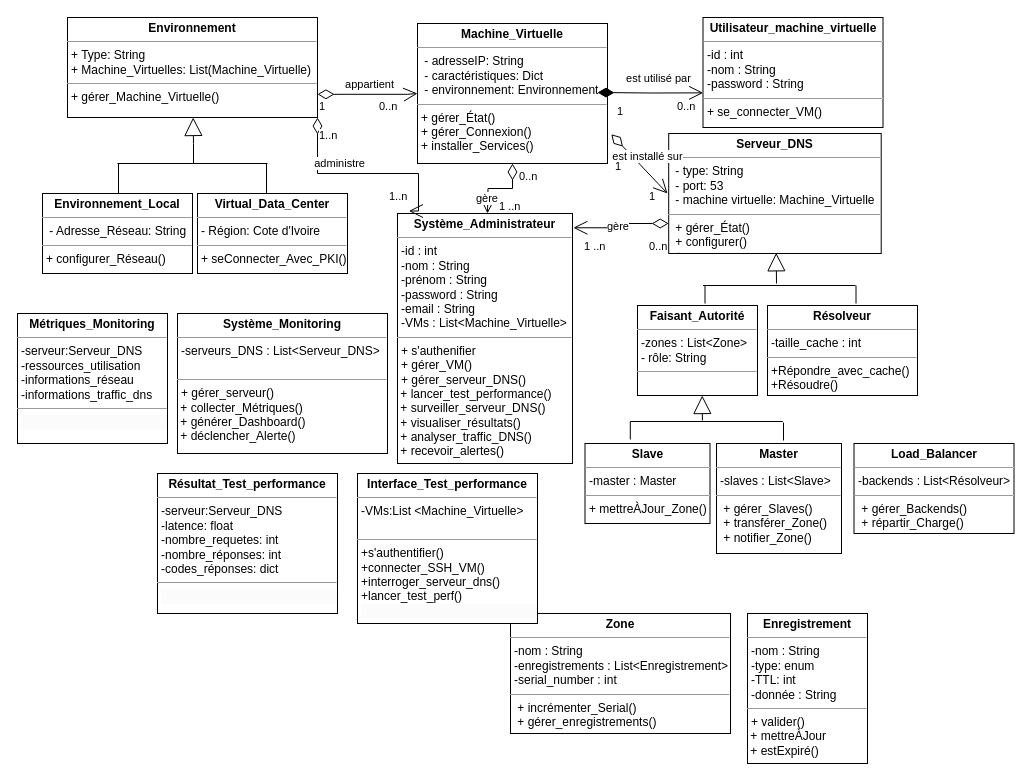
This is Diagramme sans nom.drawio from eya-harbaoui/Diagramms, a draw.io file, before an edit. Source tidied: cells renumbered, new cells numbered last; positions are measured from the earlier drawing's top-left corner, leaving out a move shared by most shapes. Both pictures are drawn from the tidied source at 100%, with x=0, y=0 at pixel (17, 17).
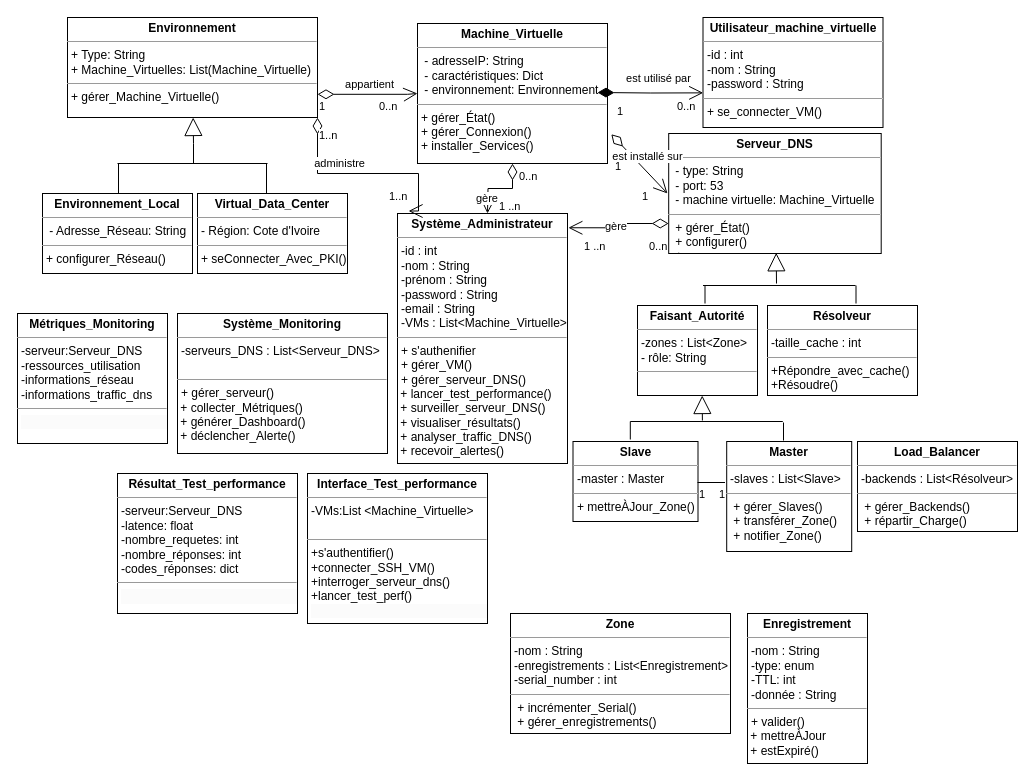
The same page after the edit.

Commit message (it also covers changes not shown here):
Mettre à jour Diagramme sans nom.drawio

Diff of the diagram source:
```diff
@@
     <mxCell id="8" value="&lt;p style=&quot;margin:0px;margin-top:4px;text-align:center;&quot;&gt;&lt;b&gt;Master&lt;/b&gt;&lt;/p&gt;&lt;hr size=&quot;1&quot;&gt;&lt;p style=&quot;margin:0px;margin-left:4px;&quot;&gt;-slaves : List&amp;lt;Slave&amp;gt;&lt;/p&gt;&lt;hr size=&quot;1&quot;&gt;&lt;p style=&quot;margin:0px;margin-left:4px;&quot;&gt;&amp;nbsp;&lt;span style=&quot;background-color: initial;&quot;&gt;+ gérer_Slaves()&lt;/span&gt;&lt;/p&gt;&lt;p style=&quot;margin:0px;margin-left:4px;&quot;&gt;&amp;nbsp;+ transférer_Zone()&lt;/p&gt;&lt;p style=&quot;margin:0px;margin-left:4px;&quot;&gt;&amp;nbsp;+ notifier_Zone()&lt;br&gt;&lt;br&gt;&lt;/p&gt;" style="verticalAlign=top;align=left;overflow=fill;fontSize=12;fontFamily=Helvetica;html=1;rounded=0;shadow=0;comic=0;labelBackgroundColor=none;strokeWidth=1;" parent="1" vertex="1">
-      <mxGeometry x="699" y="426" width="125" height="110" as="geometry" />
+      <mxGeometry x="709.2" y="424" width="125" height="110" as="geometry" />
     </mxCell>
     <mxCell id="9" value="&lt;p style=&quot;margin:0px;margin-top:4px;text-align:center;&quot;&gt;&lt;b&gt;Slave&lt;/b&gt;&lt;/p&gt;&lt;hr size=&quot;1&quot;&gt;&lt;p style=&quot;margin:0px;margin-left:4px;&quot;&gt;-master : Master&lt;/p&gt;&lt;hr size=&quot;1&quot;&gt;&lt;p style=&quot;margin:0px;margin-left:4px;&quot;&gt;&lt;span style=&quot;background-color: initial;&quot;&gt;+&amp;nbsp;&lt;/span&gt;&lt;span style=&quot;text-wrap: wrap; background-color: initial;&quot;&gt;mettreÀJour&lt;/span&gt;&lt;span style=&quot;background-color: initial;&quot;&gt;_Zone()&lt;/span&gt;&lt;/p&gt;&lt;p style=&quot;margin:0px;margin-left:4px;&quot;&gt;&lt;br&gt;&lt;/p&gt;" style="verticalAlign=top;align=left;overflow=fill;fontSize=12;fontFamily=Helvetica;html=1;rounded=0;shadow=0;comic=0;labelBackgroundColor=none;strokeWidth=1;" parent="1" vertex="1">
-      <mxGeometry x="567.5" y="426" width="125" height="80" as="geometry" />
+      <mxGeometry x="555.5" y="424" width="125" height="80" as="geometry" />
     </mxCell>
@@
     <mxCell id="11" value="&lt;p style=&quot;margin:0px;margin-top:4px;text-align:center;&quot;&gt;&lt;b&gt;Load_Balancer&lt;/b&gt;&lt;/p&gt;&lt;hr size=&quot;1&quot;&gt;&lt;p style=&quot;margin:0px;margin-left:4px;&quot;&gt;-backends : List&amp;lt;Résolveur&amp;gt;&lt;/p&gt;&lt;hr size=&quot;1&quot;&gt;&lt;p style=&quot;margin:0px;margin-left:4px;&quot;&gt;&amp;nbsp;&lt;span style=&quot;background-color: initial;&quot;&gt;+ gérer_Backends()&lt;/span&gt;&lt;/p&gt;&lt;p style=&quot;margin:0px;margin-left:4px;&quot;&gt;&amp;nbsp;+ répartir_Charge()&lt;/p&gt;" style="verticalAlign=top;align=left;overflow=fill;fontSize=12;fontFamily=Helvetica;html=1;rounded=0;shadow=0;comic=0;labelBackgroundColor=none;strokeWidth=1;" parent="1" vertex="1">
-      <mxGeometry x="836.5" y="426" width="160" height="90" as="geometry" />
+      <mxGeometry x="840" y="424" width="160" height="90" as="geometry" />
     </mxCell>
@@
     <mxCell id="15" value="&lt;p style=&quot;margin:0px;margin-top:4px;text-align:center;&quot;&gt;&lt;b&gt;Système_Administrateur&lt;/b&gt;&lt;/p&gt;&lt;hr size=&quot;1&quot;&gt;&lt;p style=&quot;margin:0px;margin-left:4px;&quot;&gt;-id : int&lt;/p&gt;&lt;p style=&quot;margin:0px;margin-left:4px;&quot;&gt;-nom : String&lt;/p&gt;&lt;p style=&quot;margin:0px;margin-left:4px;&quot;&gt;-prénom : String&lt;/p&gt;&lt;p style=&quot;margin:0px;margin-left:4px;&quot;&gt;-password : String&lt;/p&gt;&lt;p style=&quot;margin:0px;margin-left:4px;&quot;&gt;-email : String&lt;/p&gt;&lt;p style=&quot;margin:0px;margin-left:4px;&quot;&gt;-VMs : List&amp;lt;Machine_Virtuelle&amp;gt;&lt;/p&gt;&lt;hr size=&quot;1&quot;&gt;&lt;p style=&quot;margin:0px;margin-left:4px;&quot;&gt;&lt;span style=&quot;forced-color-adjust: none; color: rgb(0, 0, 0); font-family: Helvetica; font-size: 12px; font-style: normal; font-variant-ligatures: normal; font-variant-caps: normal; font-weight: 400; letter-spacing: normal; orphans: 2; text-align: left; text-indent: 0px; text-transform: none; widows: 2; word-spacing: 0px; -webkit-text-stroke-width: 0px; white-space: normal; background-color: rgb(251, 251, 251); text-decoration-thickness: initial; text-decoration-style: initial; text-decoration-color: initial;&quot;&gt;&lt;/span&gt;&lt;/p&gt;&lt;p style=&quot;forced-color-adjust: none; color: rgb(0, 0, 0); font-family: Helvetica; font-size: 12px; font-style: normal; font-variant-ligatures: normal; font-variant-caps: normal; font-weight: 400; letter-spacing: normal; orphans: 2; text-align: left; text-indent: 0px; text-transform: none; widows: 2; word-spacing: 0px; -webkit-text-stroke-width: 0px; white-space: nowrap; text-decoration-thickness: initial; text-decoration-style: initial; text-decoration-color: initial; margin: 0px 0px 0px 4px;&quot;&gt;&lt;span style=&quot;forced-color-adjust: none; text-wrap: wrap;&quot;&gt;+ s'authenifier&lt;/span&gt;&lt;/p&gt;&lt;p style=&quot;forced-color-adjust: none; color: rgb(0, 0, 0); font-family: Helvetica; font-size: 12px; font-style: normal; font-variant-ligatures: normal; font-variant-caps: normal; font-weight: 400; letter-spacing: normal; orphans: 2; text-align: left; text-indent: 0px; text-transform: none; widows: 2; word-spacing: 0px; -webkit-text-stroke-width: 0px; white-space: nowrap; text-decoration-thickness: initial; text-decoration-style: initial; text-decoration-color: initial; margin: 0px 0px 0px 4px;&quot;&gt;&lt;span style=&quot;forced-color-adjust: none; text-wrap: wrap;&quot;&gt;+ gérer_VM()&lt;/span&gt;&lt;/p&gt;&lt;p style=&quot;margin:0px;margin-left:4px;&quot;&gt;&lt;span style=&quot;text-wrap: wrap;&quot;&gt;+ gérer_serveur_DNS()&lt;/span&gt;&lt;/p&gt;&lt;span style=&quot;text-wrap: wrap;&quot;&gt;&amp;nbsp;+ lancer_test_performance()&lt;br&gt;&lt;/span&gt;&lt;span style=&quot;text-wrap: wrap;&quot;&gt;&amp;nbsp;+ surveiller_serveur_DNS()&lt;/span&gt;&lt;div&gt;&lt;span style=&quot;text-wrap: wrap;&quot;&gt;&amp;nbsp;+ visualiser_résultats()&lt;/span&gt;&lt;/div&gt;&lt;div&gt;&lt;span style=&quot;text-wrap: wrap;&quot;&gt;&amp;nbsp;+ analyser_traffic_DNS()&lt;/span&gt;&lt;span style=&quot;text-wrap: wrap;&quot;&gt;&lt;br&gt;&lt;/span&gt;&lt;/div&gt;&lt;div&gt;&lt;span style=&quot;text-wrap: wrap;&quot;&gt;&amp;nbsp;+ recevoir_alertes()&lt;/span&gt;&lt;/div&gt;" style="verticalAlign=top;align=left;overflow=fill;fontSize=12;fontFamily=Helvetica;html=1;rounded=0;shadow=0;comic=0;labelBackgroundColor=none;strokeWidth=1;" parent="1" vertex="1">
-      <mxGeometry x="380" y="196" width="175" height="250" as="geometry" />
+      <mxGeometry x="380" y="196" width="170" height="250" as="geometry" />
     </mxCell>
@@
     <mxCell id="17" value="&lt;p style=&quot;margin:0px;margin-top:4px;text-align:center;&quot;&gt;&lt;b&gt;Résultat_Test_performance&lt;/b&gt;&lt;/p&gt;&lt;hr size=&quot;1&quot;&gt;&lt;p style=&quot;margin:0px;margin-left:4px;&quot;&gt;-serveur:Serveur_DNS&lt;/p&gt;&lt;p style=&quot;margin:0px;margin-left:4px;&quot;&gt;-latence: float&lt;/p&gt;&lt;p style=&quot;margin:0px;margin-left:4px;&quot;&gt;&lt;span style=&quot;background-color: initial;&quot;&gt;-nombre_requetes: int&lt;/span&gt;&lt;br&gt;&lt;/p&gt;&lt;p style=&quot;margin: 0px 0px 0px 4px;&quot;&gt;-nombre_réponses: int&lt;/p&gt;&lt;p style=&quot;margin: 0px 0px 0px 4px;&quot;&gt;-codes_réponses: dict&lt;/p&gt;&lt;hr size=&quot;1&quot;&gt;&lt;p style=&quot;margin:0px;margin-left:4px;&quot;&gt;&lt;span style=&quot;forced-color-adjust: none; color: rgb(0, 0, 0); font-family: Helvetica; font-size: 12px; font-style: normal; font-variant-ligatures: normal; font-variant-caps: normal; font-weight: 400; letter-spacing: normal; orphans: 2; text-align: left; text-indent: 0px; text-transform: none; widows: 2; word-spacing: 0px; -webkit-text-stroke-width: 0px; white-space: normal; background-color: rgb(251, 251, 251); text-decoration-thickness: initial; text-decoration-style: initial; text-decoration-color: initial;&quot;&gt;&lt;/span&gt;&lt;/p&gt;&lt;p style=&quot;forced-color-adjust: none; color: rgb(0, 0, 0); font-family: Helvetica; font-size: 12px; font-style: normal; font-variant-ligatures: normal; font-variant-caps: normal; font-weight: 400; letter-spacing: normal; orphans: 2; text-align: left; text-indent: 0px; text-transform: none; widows: 2; word-spacing: 0px; -webkit-text-stroke-width: 0px; white-space: nowrap; background-color: rgb(251, 251, 251); text-decoration-thickness: initial; text-decoration-style: initial; text-decoration-color: initial; margin: 0px 0px 0px 4px;&quot;&gt;&lt;br&gt;&lt;/p&gt;" style="verticalAlign=top;align=left;overflow=fill;fontSize=12;fontFamily=Helvetica;html=1;rounded=0;shadow=0;comic=0;labelBackgroundColor=none;strokeWidth=1;" parent="1" vertex="1">
-      <mxGeometry x="140" y="456" width="180" height="140" as="geometry" />
+      <mxGeometry x="100" y="456" width="180" height="140" as="geometry" />
     </mxCell>
@@
     <mxCell id="40" value="1" style="edgeLabel;html=1;align=left;verticalAlign=top;" parent="1" vertex="1">
-      <mxGeometry x="630" y="166" as="geometry" />
+      <mxGeometry x="623" y="166" as="geometry" />
     </mxCell>
@@
     <mxCell id="54" value="&lt;p style=&quot;margin:0px;margin-top:4px;text-align:center;&quot;&gt;&lt;b&gt;Interface_Test_performance&lt;/b&gt;&lt;/p&gt;&lt;hr size=&quot;1&quot;&gt;&lt;p style=&quot;margin:0px;margin-left:4px;&quot;&gt;-VMs:List &amp;lt;Machine_Virtuelle&amp;gt;&lt;/p&gt;&lt;p style=&quot;margin:0px;margin-left:4px;&quot;&gt;&lt;br&gt;&lt;/p&gt;&lt;hr size=&quot;1&quot;&gt;&lt;p style=&quot;margin:0px;margin-left:4px;&quot;&gt;&lt;span style=&quot;forced-color-adjust: none; color: rgb(0, 0, 0); font-family: Helvetica; font-size: 12px; font-style: normal; font-variant-ligatures: normal; font-variant-caps: normal; font-weight: 400; letter-spacing: normal; orphans: 2; text-align: left; text-indent: 0px; text-transform: none; widows: 2; word-spacing: 0px; -webkit-text-stroke-width: 0px; white-space: normal; text-decoration-thickness: initial; text-decoration-style: initial; text-decoration-color: initial;&quot;&gt;&lt;/span&gt;&lt;/p&gt;&lt;p style=&quot;forced-color-adjust: none; color: rgb(0, 0, 0); font-family: Helvetica; font-size: 12px; font-style: normal; font-variant-ligatures: normal; font-variant-caps: normal; font-weight: 400; letter-spacing: normal; orphans: 2; text-align: left; text-indent: 0px; text-transform: none; widows: 2; word-spacing: 0px; -webkit-text-stroke-width: 0px; white-space: nowrap; text-decoration-thickness: initial; text-decoration-style: initial; text-decoration-color: initial; margin: 0px 0px 0px 4px;&quot;&gt;+s'authentifier()&lt;/p&gt;&lt;p style=&quot;forced-color-adjust: none; color: rgb(0, 0, 0); font-family: Helvetica; font-size: 12px; font-style: normal; font-variant-ligatures: normal; font-variant-caps: normal; font-weight: 400; letter-spacing: normal; orphans: 2; text-align: left; text-indent: 0px; text-transform: none; widows: 2; word-spacing: 0px; -webkit-text-stroke-width: 0px; white-space: nowrap; text-decoration-thickness: initial; text-decoration-style: initial; text-decoration-color: initial; margin: 0px 0px 0px 4px;&quot;&gt;+connecter_SSH_VM()&lt;/p&gt;&lt;p style=&quot;forced-color-adjust: none; color: rgb(0, 0, 0); font-family: Helvetica; font-size: 12px; font-style: normal; font-variant-ligatures: normal; font-variant-caps: normal; font-weight: 400; letter-spacing: normal; orphans: 2; text-align: left; text-indent: 0px; text-transform: none; widows: 2; word-spacing: 0px; -webkit-text-stroke-width: 0px; white-space: nowrap; text-decoration-thickness: initial; text-decoration-style: initial; text-decoration-color: initial; margin: 0px 0px 0px 4px;&quot;&gt;+interroger_serveur_dns()&lt;/p&gt;&lt;p style=&quot;forced-color-adjust: none; color: rgb(0, 0, 0); font-family: Helvetica; font-size: 12px; font-style: normal; font-variant-ligatures: normal; font-variant-caps: normal; font-weight: 400; letter-spacing: normal; orphans: 2; text-align: left; text-indent: 0px; text-transform: none; widows: 2; word-spacing: 0px; -webkit-text-stroke-width: 0px; white-space: nowrap; text-decoration-thickness: initial; text-decoration-style: initial; text-decoration-color: initial; margin: 0px 0px 0px 4px;&quot;&gt;+lancer_test_perf()&lt;/p&gt;&lt;p style=&quot;forced-color-adjust: none; color: rgb(0, 0, 0); font-family: Helvetica; font-size: 12px; font-style: normal; font-variant-ligatures: normal; font-variant-caps: normal; font-weight: 400; letter-spacing: normal; orphans: 2; text-align: left; text-indent: 0px; text-transform: none; widows: 2; word-spacing: 0px; -webkit-text-stroke-width: 0px; white-space: nowrap; background-color: rgb(251, 251, 251); text-decoration-thickness: initial; text-decoration-style: initial; text-decoration-color: initial; margin: 0px 0px 0px 4px;&quot;&gt;&lt;br&gt;&lt;/p&gt;" style="verticalAlign=top;align=left;overflow=fill;fontSize=12;fontFamily=Helvetica;html=1;rounded=0;shadow=0;comic=0;labelBackgroundColor=none;strokeWidth=1;" parent="1" vertex="1">
-      <mxGeometry x="340" y="456" width="180" height="150" as="geometry" />
+      <mxGeometry x="290" y="456" width="180" height="150" as="geometry" />
     </mxCell>
+    <mxCell id="55" style="line;strokeWidth=1;fillColor=none;align=left;verticalAlign=middle;spacingTop=-1;spacingLeft=3;spacingRight=3;labelPosition=right;strokeColor=inherit;" parent="1" vertex="1">
+      <mxGeometry x="680" y="461" width="27.5" height="8" as="geometry" />
+    </mxCell>
+    <mxCell id="56" value="1" style="edgeLabel;html=1;align=left;verticalAlign=top;" parent="1" vertex="1">
+      <mxGeometry x="700" y="464" as="geometry" />
+    </mxCell>
+    <mxCell id="57" value="1" style="edgeLabel;html=1;align=left;verticalAlign=top;" parent="1" vertex="1">
+      <mxGeometry x="680" y="464" as="geometry" />
+    </mxCell>
```
